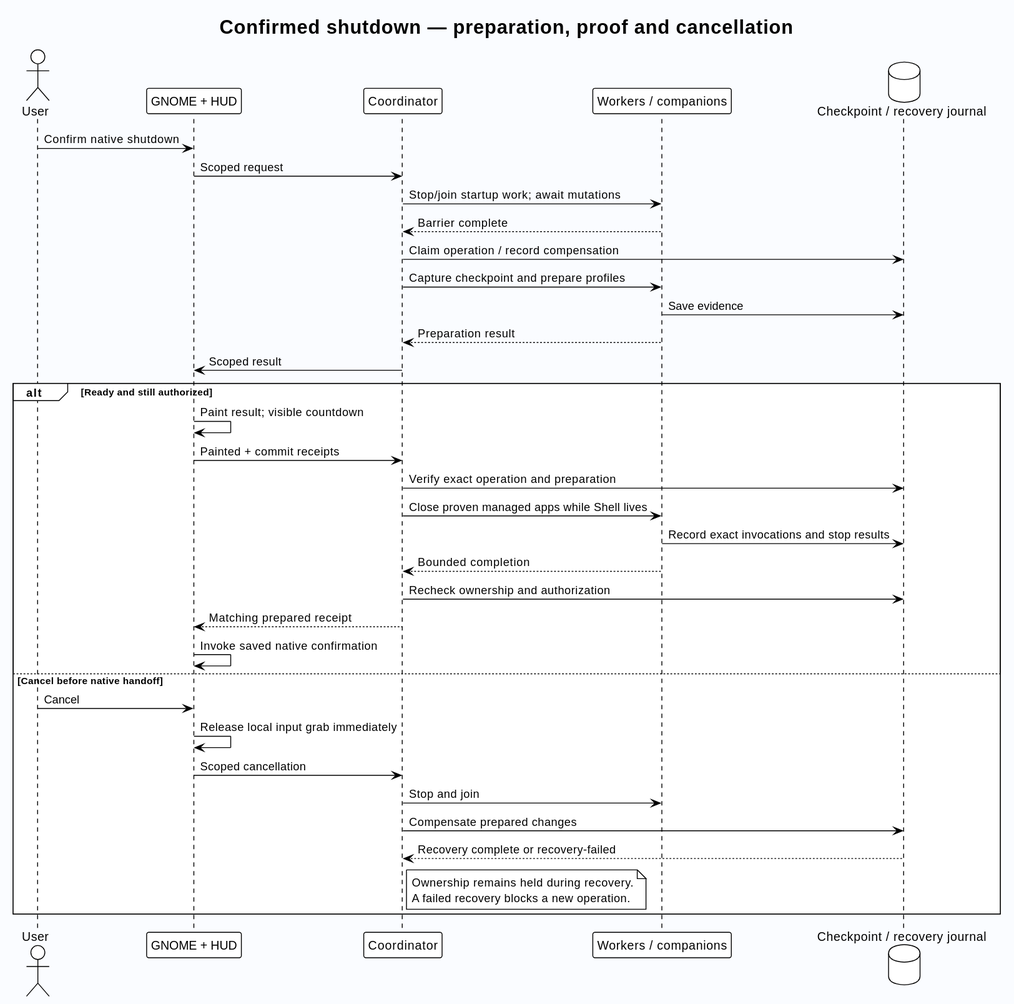
Earlier version of the PlantUML export docs/shutdown-flow.svg (Sage-Cat/workspace-state). Its source is kept beside it as docs/shutdown-flow.puml.
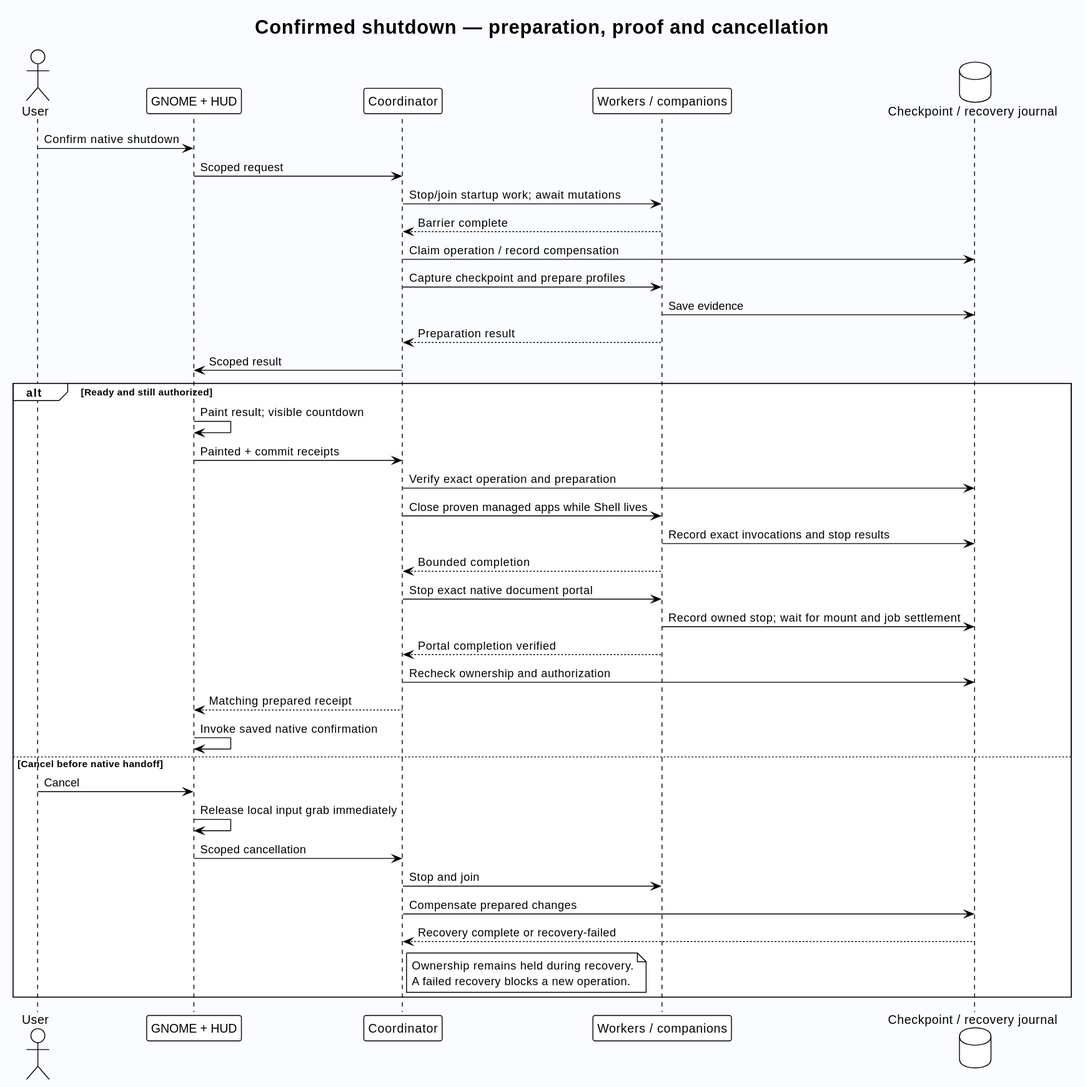
Later version of the same file.

Diff of the diagram source:
```diff
@@ -25,6 +25,9 @@
  Coordinator -> Workers : Close proven managed apps while Shell lives
  Workers -> Journal : Record exact invocations and stop results
  Workers --> Coordinator : Bounded completion
+ Coordinator -> Workers : Stop exact native document portal
+ Workers -> Journal : Record owned stop; wait for mount and job settlement
+ Workers --> Coordinator : Portal completion verified
  Coordinator -> Journal : Recheck ownership and authorization
  Coordinator --> HUD : Matching prepared receipt
  HUD -> HUD : Invoke saved native confirmation
```
